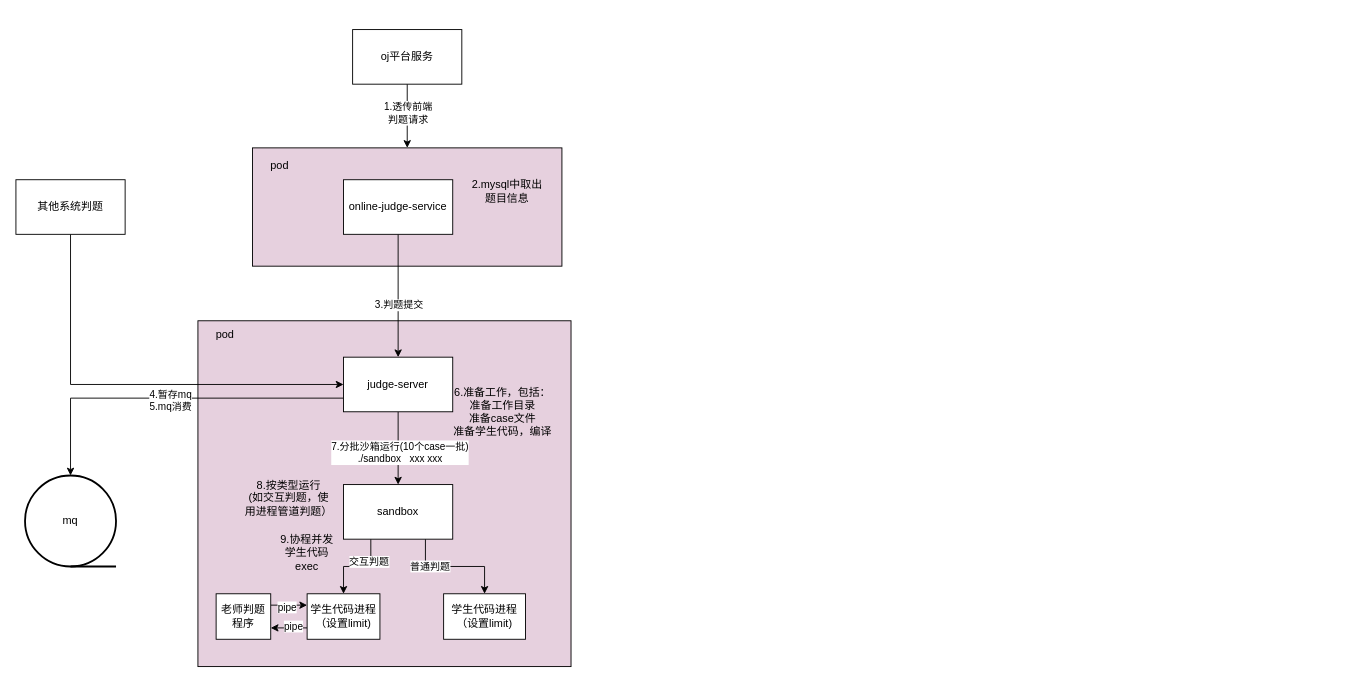
The draw.io diagram 判题接入开源成本分析.drawio in xiell2016/hetaoDesign, before the edit. Source tidied: cells renumbered, new cells numbered last; positions are measured from the earlier drawing's top-left corner, leaving out a move shared by most shapes. Both pictures are drawn from the tidied source at 91%, with x=0, y=0 at pixel (15, 29).
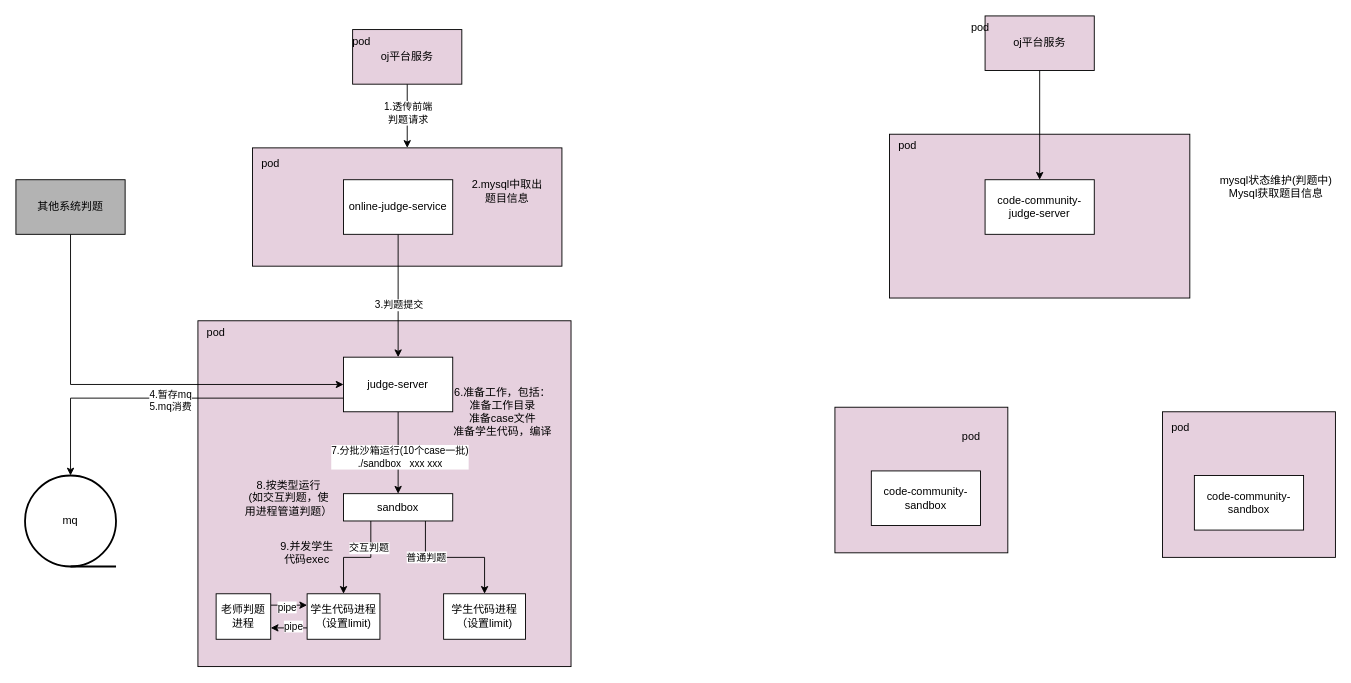
The same page after the edit.

Commit message:
更新判题接入开源成本分析.drawio

Change to the diagram source:
```diff
@@
-    <mxCell id="5" value="oj平台服务" style="rounded=0;whiteSpace=wrap;html=1;" parent="1" vertex="1">
+    <mxCell id="5" value="oj平台服务" style="rounded=0;whiteSpace=wrap;html=1;fillColor=#E6D0DE;" parent="1" vertex="1">
       <mxGeometry x="370" width="120" height="60" as="geometry" />
     </mxCell>
@@
     <mxCell id="15" value="sandbox" style="rounded=0;whiteSpace=wrap;html=1;" parent="1" vertex="1">
-      <mxGeometry x="360" y="500" width="120" height="60" as="geometry" />
+      <mxGeometry x="360" y="510" width="120" height="30" as="geometry" />
     </mxCell>
@@
-    <mxCell id="21" value="其他系统判题" style="rounded=0;whiteSpace=wrap;html=1;" parent="1" vertex="1">
+    <mxCell id="21" value="其他系统判题" style="rounded=0;whiteSpace=wrap;html=1;fillColor=#B3B3B3;" parent="1" vertex="1">
       <mxGeometry y="165" width="120" height="60" as="geometry" />
     </mxCell>
@@
     <mxCell id="27" value="pod" style="text;html=1;align=center;verticalAlign=middle;whiteSpace=wrap;rounded=0;" parent="1" vertex="1">
-      <mxGeometry x="260" y="135" width="60" height="30" as="geometry" />
+      <mxGeometry x="260" y="135" width="40" height="25" as="geometry" />
     </mxCell>
-    <mxCell id="28" value="pod" style="text;html=1;align=center;verticalAlign=middle;whiteSpace=wrap;rounded=0;" parent="1" vertex="1">
-      <mxGeometry x="200" y="320" width="60" height="30" as="geometry" />
-    </mxCell>
@@
-    <mxCell id="31" value="9.协程并发学生代码exec" style="text;html=1;align=center;verticalAlign=middle;whiteSpace=wrap;rounded=0;" parent="1" vertex="1">
+    <mxCell id="31" value="9.并发学生代码exec" style="text;html=1;align=center;verticalAlign=middle;whiteSpace=wrap;rounded=0;" parent="1" vertex="1">
       <mxGeometry x="290" y="560" width="60" height="30" as="geometry" />
     </mxCell>
@@
-    <mxCell id="35" value="老师判题程序" style="rounded=0;whiteSpace=wrap;html=1;" parent="1" vertex="1">
+    <mxCell id="35" value="老师判题进程" style="rounded=0;whiteSpace=wrap;html=1;" parent="1" vertex="1">
       <mxGeometry x="220" y="620" width="60" height="50" as="geometry" />
     </mxCell>
+    <mxCell id="36" value="pod" style="text;html=1;align=center;verticalAlign=middle;whiteSpace=wrap;rounded=0;" parent="1" vertex="1">
+      <mxGeometry x="360" width="40" height="25" as="geometry" />
+    </mxCell>
+    <mxCell id="37" value="oj平台服务" style="rounded=0;whiteSpace=wrap;html=1;fillColor=#E6D0DE;" parent="1" vertex="1">
+      <mxGeometry x="1065" y="-15" width="120" height="60" as="geometry" />
+    </mxCell>
+    <mxCell id="38" style="rounded=0;whiteSpace=wrap;html=1;fillColor=#E6D0DE;" parent="1" vertex="1">
+      <mxGeometry x="960" y="115" width="330" height="180" as="geometry" />
+    </mxCell>
+    <mxCell id="39" style="edgeStyle=orthogonalEdgeStyle;rounded=0;jettySize=auto;html=1;exitX=0.5;exitY=1;exitDx=0;exitDy=0;" parent="1" edge="1" source="37" target="40">
+      <mxGeometry relative="1" as="geometry" />
+    </mxCell>
+    <mxCell id="40" value="code-community-judge-server" style="rounded=0;whiteSpace=wrap;html=1;" parent="1" vertex="1">
+      <mxGeometry x="1065" y="165" width="120" height="60" as="geometry" />
+    </mxCell>
+    <mxCell id="41" style="rounded=0;whiteSpace=wrap;html=1;fillColor=#E6D0DE;" parent="1" vertex="1">
+      <mxGeometry x="900" y="415" width="190" height="160" as="geometry" />
+    </mxCell>
+    <mxCell id="42" value="code-community-sandbox" style="rounded=0;whiteSpace=wrap;html=1;" parent="1" vertex="1">
+      <mxGeometry x="940" y="485" width="120" height="60" as="geometry" />
+    </mxCell>
+    <mxCell id="43" value="pod" style="text;html=1;align=center;verticalAlign=middle;whiteSpace=wrap;rounded=0;" parent="1" vertex="1">
+      <mxGeometry x="960" y="115" width="40" height="25" as="geometry" />
+    </mxCell>
+    <mxCell id="44" value="pod" style="text;html=1;align=center;verticalAlign=middle;whiteSpace=wrap;rounded=0;" parent="1" vertex="1">
+      <mxGeometry x="1040" y="-15" width="40" height="25" as="geometry" />
+    </mxCell>
+    <mxCell id="45" value="pod" style="text;html=1;align=center;verticalAlign=middle;whiteSpace=wrap;rounded=0;" parent="1" vertex="1">
+      <mxGeometry x="1030" y="435" width="40" height="25" as="geometry" />
+    </mxCell>
+    <mxCell id="46" value="pod" style="text;html=1;align=center;verticalAlign=middle;whiteSpace=wrap;rounded=0;" parent="1" vertex="1">
+      <mxGeometry x="200" y="320" width="40" height="25" as="geometry" />
+    </mxCell>
+    <mxCell id="47" value="mysql状态维护(判题中)&lt;div&gt;&lt;div&gt;Mysql获取题目信息&lt;br&gt;&lt;div&gt;&lt;br&gt;&lt;/div&gt;&lt;/div&gt;&lt;/div&gt;" style="text;html=1;align=center;verticalAlign=middle;whiteSpace=wrap;rounded=0;" parent="1" vertex="1">
+      <mxGeometry x="1320" y="155" width="130" height="50" as="geometry" />
+    </mxCell>
+    <mxCell id="48" style="rounded=0;whiteSpace=wrap;html=1;fillColor=#E6D0DE;" parent="1" vertex="1">
+      <mxGeometry x="1260" y="420" width="190" height="160" as="geometry" />
+    </mxCell>
+    <mxCell id="49" value="code-community-sandbox" style="rounded=0;whiteSpace=wrap;html=1;" parent="1" vertex="1">
+      <mxGeometry x="1295" y="490" width="120" height="60" as="geometry" />
+    </mxCell>
+    <mxCell id="50" value="pod" style="text;html=1;align=center;verticalAlign=middle;whiteSpace=wrap;rounded=0;" parent="1" vertex="1">
+      <mxGeometry x="1260" y="425" width="40" height="25" as="geometry" />
+    </mxCell>
```
